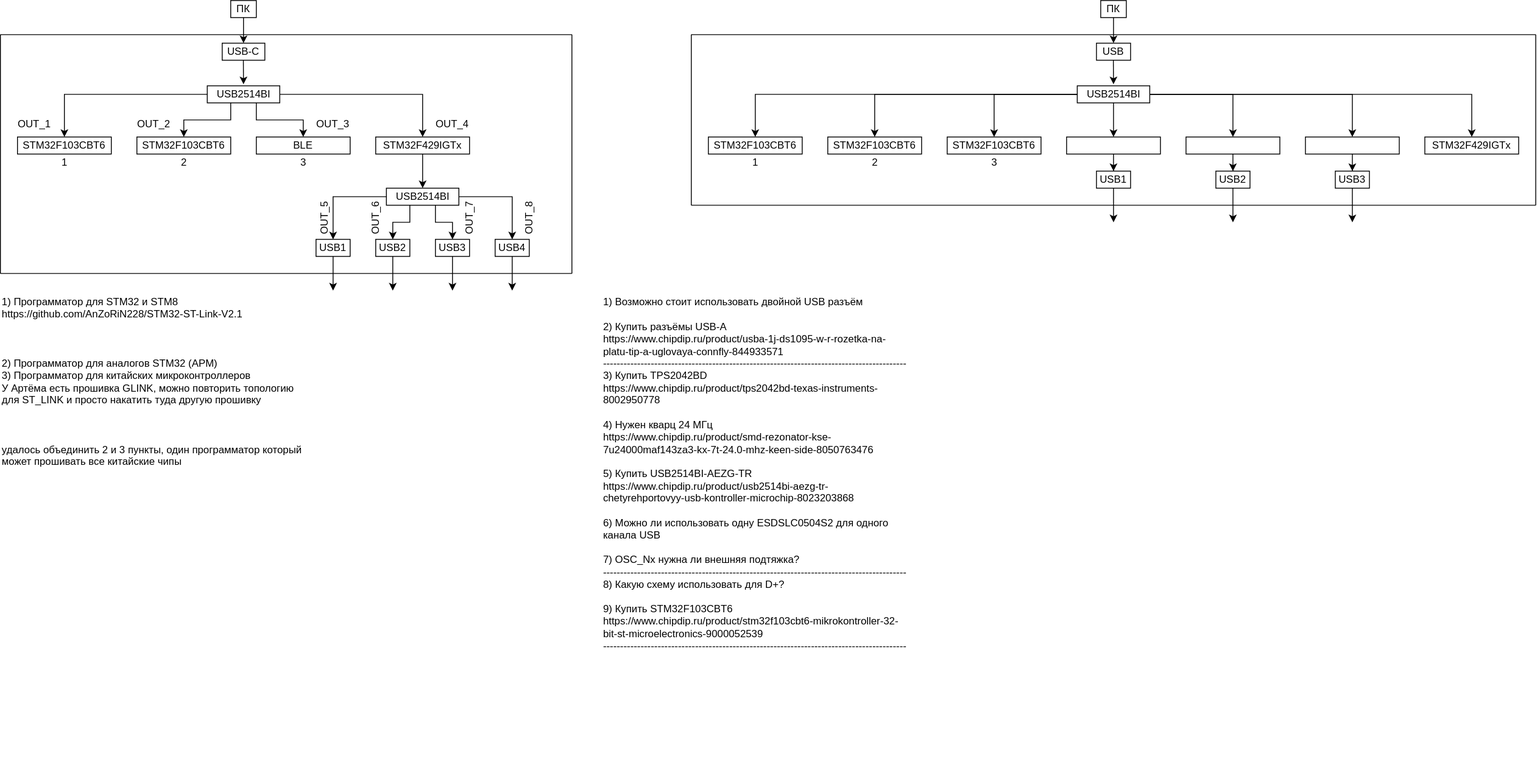
This is Блок схема.svg from Andrianov-Daniil/Block_Diagram, a draw.io export, as it was before one commit. Source tidied: cells renumbered, new cells last; positions are measured from the earlier drawing's top-left corner, leaving out a move shared by most shapes.
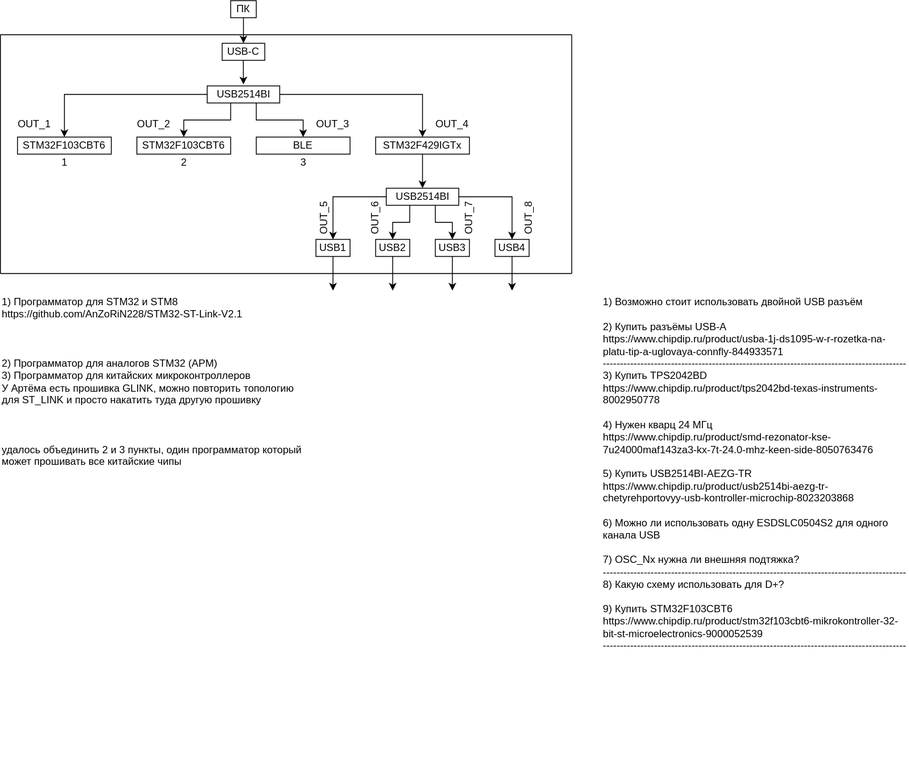
The same file after the commit.

Change to the diagram source:
```diff
@@ -150,133 +150,6 @@
         </Array>
       </mxGeometry>
     </mxCell>
-    <mxCell id="36" style="edgeStyle=orthogonalEdgeStyle;rounded=0;jettySize=auto;html=1;entryX=0.5;entryY=0;entryDx=0;entryDy=0;" parent="1" edge="1" source="37" target="38">
-      <mxGeometry relative="1" as="geometry" />
-    </mxCell>
-    <mxCell id="37" value="ПК" style="rounded=0;whiteSpace=wrap;html=1;" parent="1" vertex="1">
-      <mxGeometry x="1290" width="30" height="20" as="geometry" />
-    </mxCell>
-    <mxCell id="38" value="USB" style="rounded=0;whiteSpace=wrap;html=1;" parent="1" vertex="1">
-      <mxGeometry x="1285" y="50" width="40" height="20" as="geometry" />
-    </mxCell>
-    <mxCell id="39" style="edgeStyle=orthogonalEdgeStyle;rounded=0;jettySize=auto;html=1;entryX=0.5;entryY=0;entryDx=0;entryDy=0;" parent="1" edge="1" source="46" target="48">
-      <mxGeometry relative="1" as="geometry" />
-    </mxCell>
-    <mxCell id="40" style="edgeStyle=orthogonalEdgeStyle;rounded=0;jettySize=auto;html=1;entryX=0.5;entryY=0;entryDx=0;entryDy=0;" parent="1" edge="1" source="46" target="56">
-      <mxGeometry relative="1" as="geometry" />
-    </mxCell>
-    <mxCell id="41" style="edgeStyle=orthogonalEdgeStyle;rounded=0;jettySize=auto;html=1;entryX=0.5;entryY=0;entryDx=0;entryDy=0;" parent="1" edge="1" source="46" target="57">
-      <mxGeometry relative="1" as="geometry" />
-    </mxCell>
-    <mxCell id="42" style="edgeStyle=orthogonalEdgeStyle;rounded=0;jettySize=auto;html=1;entryX=0.5;entryY=0;entryDx=0;entryDy=0;" parent="1" edge="1" source="46" target="60">
-      <mxGeometry relative="1" as="geometry" />
-    </mxCell>
-    <mxCell id="43" style="edgeStyle=orthogonalEdgeStyle;rounded=0;jettySize=auto;html=1;entryX=0.5;entryY=0;entryDx=0;entryDy=0;" parent="1" edge="1" source="46" target="62">
-      <mxGeometry relative="1" as="geometry" />
-    </mxCell>
-    <mxCell id="44" style="edgeStyle=orthogonalEdgeStyle;rounded=0;jettySize=auto;html=1;entryX=0.5;entryY=0;entryDx=0;entryDy=0;" parent="1" edge="1" source="46" target="64">
-      <mxGeometry relative="1" as="geometry" />
-    </mxCell>
-    <mxCell id="45" style="edgeStyle=orthogonalEdgeStyle;rounded=0;jettySize=auto;html=1;entryX=0.5;entryY=0;entryDx=0;entryDy=0;" parent="1" edge="1" source="46">
-      <mxGeometry relative="1" as="geometry">
-        <mxPoint x="1725" y="160" as="targetPoint" />
-      </mxGeometry>
-    </mxCell>
-    <mxCell id="46" value="USB2514BI" style="rounded=0;whiteSpace=wrap;html=1;" parent="1" vertex="1">
-      <mxGeometry x="1262.5" y="100" width="85" height="20" as="geometry" />
-    </mxCell>
-    <mxCell id="47" style="edgeStyle=orthogonalEdgeStyle;rounded=0;jettySize=auto;html=1;entryX=0.5;entryY=-0.089;entryDx=0;entryDy=0;entryPerimeter=0;" parent="1" edge="1" target="46">
-      <mxGeometry relative="1" as="geometry">
-        <mxPoint x="1304.8" y="70" as="sourcePoint" />
-      </mxGeometry>
-    </mxCell>
-    <mxCell id="48" value="STM32F103CBT6" style="rounded=0;whiteSpace=wrap;html=1;" parent="1" vertex="1">
-      <mxGeometry x="830" y="160" width="110" height="20" as="geometry" />
-    </mxCell>
-    <mxCell id="49" value="1" style="text;html=1;whiteSpace=wrap;strokeColor=none;fillColor=none;align=center;verticalAlign=middle;rounded=0;" parent="1" vertex="1">
-      <mxGeometry x="877.5" y="180" width="15" height="20" as="geometry" />
-    </mxCell>
-    <mxCell id="50" value="2" style="text;html=1;whiteSpace=wrap;strokeColor=none;fillColor=none;align=center;verticalAlign=middle;rounded=0;" parent="1" vertex="1">
-      <mxGeometry x="1017.5" y="180" width="15" height="20" as="geometry" />
-    </mxCell>
-    <mxCell id="51" style="endArrow=none;html=1;rounded=0;" parent="1" edge="1">
-      <mxGeometry relative="1" as="geometry">
-        <mxPoint x="810" y="240" as="sourcePoint" />
-        <mxPoint x="810" y="40" as="targetPoint" />
-      </mxGeometry>
-    </mxCell>
-    <mxCell id="52" style="endArrow=none;html=1;rounded=0;" parent="1" edge="1">
-      <mxGeometry relative="1" as="geometry">
-        <mxPoint x="810" y="40" as="sourcePoint" />
-        <mxPoint x="1800" y="40" as="targetPoint" />
-      </mxGeometry>
-    </mxCell>
-    <mxCell id="53" style="endArrow=none;html=1;rounded=0;" parent="1" edge="1">
-      <mxGeometry relative="1" as="geometry">
-        <mxPoint x="810" y="240" as="sourcePoint" />
-        <mxPoint x="1800" y="240" as="targetPoint" />
-      </mxGeometry>
-    </mxCell>
-    <mxCell id="54" style="endArrow=none;html=1;rounded=0;" parent="1" edge="1">
-      <mxGeometry relative="1" as="geometry">
-        <mxPoint x="1800" y="240" as="sourcePoint" />
-        <mxPoint x="1800" y="40" as="targetPoint" />
-      </mxGeometry>
-    </mxCell>
-    <mxCell id="55" value="STM32F429IGTx" style="rounded=0;whiteSpace=wrap;html=1;" parent="1" vertex="1">
-      <mxGeometry x="1670" y="160" width="110" height="20" as="geometry" />
-    </mxCell>
-    <mxCell id="56" value="STM32F103CBT6" style="rounded=0;whiteSpace=wrap;html=1;" parent="1" vertex="1">
-      <mxGeometry x="970" y="160" width="110" height="20" as="geometry" />
-    </mxCell>
-    <mxCell id="57" value="STM32F103CBT6" style="rounded=0;whiteSpace=wrap;html=1;" parent="1" vertex="1">
-      <mxGeometry x="1110" y="160" width="110" height="20" as="geometry" />
-    </mxCell>
-    <mxCell id="58" value="3" style="text;html=1;whiteSpace=wrap;strokeColor=none;fillColor=none;align=center;verticalAlign=middle;rounded=0;" parent="1" vertex="1">
-      <mxGeometry x="1157.5" y="180" width="15" height="20" as="geometry" />
-    </mxCell>
-    <mxCell id="59" style="edgeStyle=orthogonalEdgeStyle;rounded=0;jettySize=auto;html=1;entryX=0.5;entryY=0;entryDx=0;entryDy=0;" parent="1" edge="1" source="60" target="66">
-      <mxGeometry relative="1" as="geometry" />
-    </mxCell>
-    <mxCell id="60" style="rounded=0;whiteSpace=wrap;html=1;" parent="1" vertex="1">
-      <mxGeometry x="1250" y="160" width="110" height="20" as="geometry" />
-    </mxCell>
-    <mxCell id="61" style="edgeStyle=orthogonalEdgeStyle;rounded=0;jettySize=auto;html=1;entryX=0.5;entryY=0;entryDx=0;entryDy=0;" parent="1" edge="1" source="62" target="68">
-      <mxGeometry relative="1" as="geometry" />
-    </mxCell>
-    <mxCell id="62" style="rounded=0;whiteSpace=wrap;html=1;" parent="1" vertex="1">
-      <mxGeometry x="1390" y="160" width="110" height="20" as="geometry" />
-    </mxCell>
-    <mxCell id="63" style="edgeStyle=orthogonalEdgeStyle;rounded=0;jettySize=auto;html=1;entryX=0.5;entryY=0;entryDx=0;entryDy=0;" parent="1" edge="1" source="64" target="70">
-      <mxGeometry relative="1" as="geometry" />
-    </mxCell>
-    <mxCell id="64" style="rounded=0;whiteSpace=wrap;html=1;" parent="1" vertex="1">
-      <mxGeometry x="1530" y="160" width="110" height="20" as="geometry" />
-    </mxCell>
-    <mxCell id="65" style="edgeStyle=orthogonalEdgeStyle;rounded=0;jettySize=auto;html=1;" parent="1" edge="1" source="66">
-      <mxGeometry relative="1" as="geometry">
-        <mxPoint x="1305" y="260" as="targetPoint" />
-      </mxGeometry>
-    </mxCell>
-    <mxCell id="66" value="USB1" style="rounded=0;whiteSpace=wrap;html=1;" parent="1" vertex="1">
-      <mxGeometry x="1285" y="200" width="40" height="20" as="geometry" />
-    </mxCell>
-    <mxCell id="67" style="edgeStyle=orthogonalEdgeStyle;rounded=0;jettySize=auto;html=1;" parent="1" edge="1" source="68">
-      <mxGeometry relative="1" as="geometry">
-        <mxPoint x="1445" y="260" as="targetPoint" />
-      </mxGeometry>
-    </mxCell>
-    <mxCell id="68" value="USB2" style="rounded=0;whiteSpace=wrap;html=1;" parent="1" vertex="1">
-      <mxGeometry x="1425" y="200" width="40" height="20" as="geometry" />
-    </mxCell>
-    <mxCell id="69" style="edgeStyle=orthogonalEdgeStyle;rounded=0;jettySize=auto;html=1;" parent="1" edge="1" source="70">
-      <mxGeometry relative="1" as="geometry">
-        <mxPoint x="1585" y="260" as="targetPoint" />
-      </mxGeometry>
-    </mxCell>
-    <mxCell id="70" value="USB3" style="rounded=0;whiteSpace=wrap;html=1;" parent="1" vertex="1">
-      <mxGeometry x="1565" y="200" width="40" height="20" as="geometry" />
-    </mxCell>
     <mxCell id="71" value="STM32F103CBT6" style="rounded=0;whiteSpace=wrap;html=1;" parent="1" vertex="1">
       <mxGeometry x="160" y="160" width="110" height="20" as="geometry" />
     </mxCell>
```
